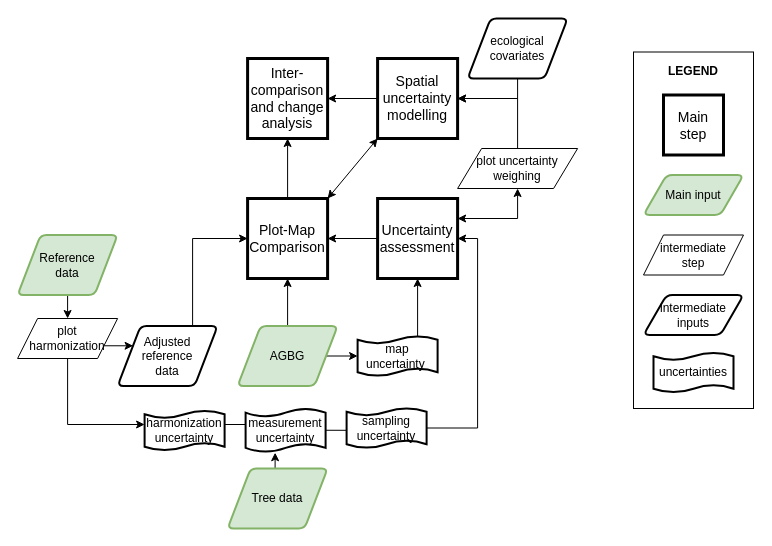
The draw.io diagram Untitled Diagram.drawio in arnanaraza/diagrams, before the edit. Source tidied: cells renumbered, new cells numbered last; positions are measured from the earlier drawing's top-left corner, leaving out a move shared by most shapes. Both pictures are drawn from the tidied source at 100%, with x=0, y=0 at pixel (17, 18).
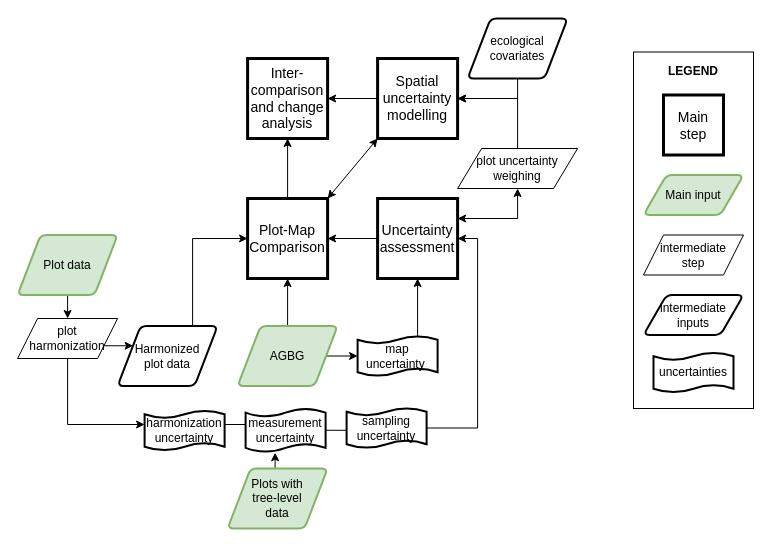
The same diagram, later.

What changed in the source:
```diff
@@
-    <mxCell id="6" value="Reference &lt;br&gt;data" style="shape=parallelogram;html=1;strokeWidth=2;perimeter=parallelogramPerimeter;whiteSpace=wrap;rounded=1;arcSize=12;size=0.23;fillColor=#d5e8d4;strokeColor=#82b366;" parent="1" vertex="1">
+    <mxCell id="6" value="Plot data" style="shape=parallelogram;html=1;strokeWidth=2;perimeter=parallelogramPerimeter;whiteSpace=wrap;rounded=1;arcSize=12;size=0.23;fillColor=#d5e8d4;strokeColor=#82b366;" parent="1" vertex="1">
       <mxGeometry x="0.1" y="216.5" width="100" height="60" as="geometry" />
     </mxCell>
@@
-    <mxCell id="10" value="Tree data" style="shape=parallelogram;html=1;strokeWidth=2;perimeter=parallelogramPerimeter;whiteSpace=wrap;rounded=1;arcSize=12;size=0.23;fillColor=#d5e8d4;strokeColor=#82b366;" parent="1" vertex="1">
+    <mxCell id="10" value="Plots with &lt;br&gt;tree-level &lt;br&gt;data" style="shape=parallelogram;html=1;strokeWidth=2;perimeter=parallelogramPerimeter;whiteSpace=wrap;rounded=1;arcSize=12;size=0.23;fillColor=#d5e8d4;strokeColor=#82b366;" parent="1" vertex="1">
       <mxGeometry x="210.1" y="450" width="100" height="60" as="geometry" />
     </mxCell>
@@
-    <mxCell id="24" value="Adjusted reference &lt;br&gt;data" style="shape=parallelogram;html=1;strokeWidth=2;perimeter=parallelogramPerimeter;whiteSpace=wrap;rounded=1;arcSize=12;size=0.23;" parent="1" vertex="1">
+    <mxCell id="24" value="Harmonized &lt;br&gt;plot data" style="shape=parallelogram;html=1;strokeWidth=2;perimeter=parallelogramPerimeter;whiteSpace=wrap;rounded=1;arcSize=12;size=0.23;" parent="1" vertex="1">
       <mxGeometry x="100.1" y="307.5" width="100" height="60" as="geometry" />
     </mxCell>
```
